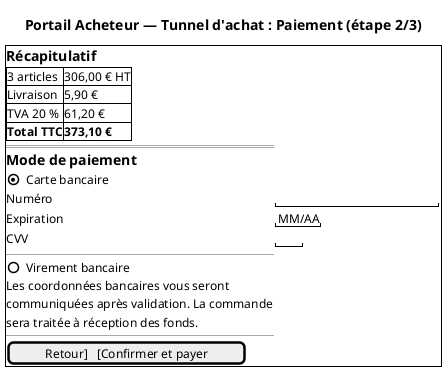
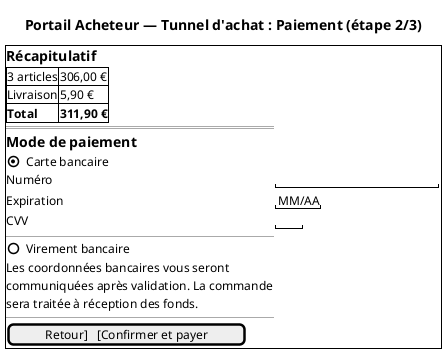
@startsalt
' Composant PA : front-acheteur (Portail Acheteur)
' Fonctions allouées : Service Paiement — FS-B07 (CS-02 : carte ou virement)
' Données carte transmises directement à Stripe SDK sans transit en clair (PCI-DSS)
title Portail Acheteur — Tunnel d'achat : Paiement (étape 2/3)

{+
  == Récapitulatif
  {#
-     3 articles | 306,00 € HT
+     3 articles | 306,00 €
    Livraison  | 5,90 €
-     TVA 20 %   | 61,20 €
-     **Total TTC**  | **373,10 €**
+     **Total**  | **311,90 €**
  }
  ==
  == Mode de paiement
  (X) Carte bancaire
      Numéro       | "                    "
      Expiration   | "MM/AA"
      CVV          | "   "
  --
  ( ) Virement bancaire
      Les coordonnées bancaires vous seront
      communiquées après validation. La commande
      sera traitée à réception des fonds.
  --
  [Retour]   [Confirmer et payer]
}
@endsalt
